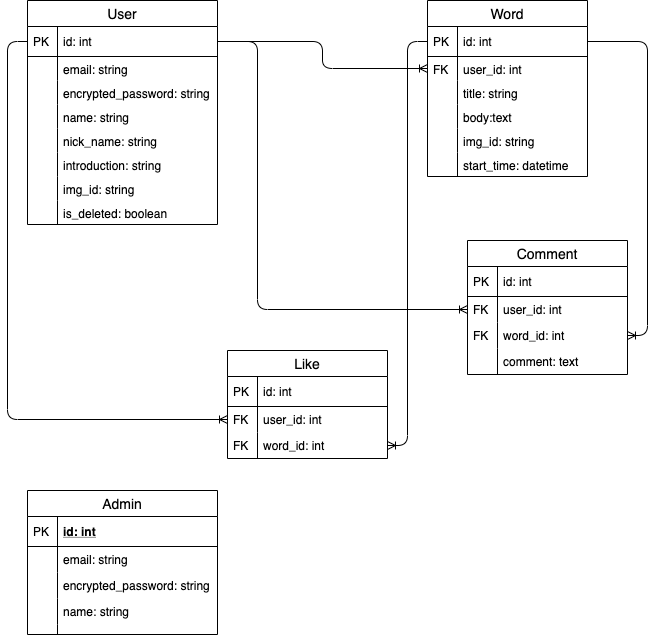
Before: design/er.drawio.png, a diagram exported from draw.io (shinogit/one_word_diary). Source tidied: cells renumbered, new cells last; positions are measured from the earlier drawing's top-left corner, leaving out a move shared by most shapes.
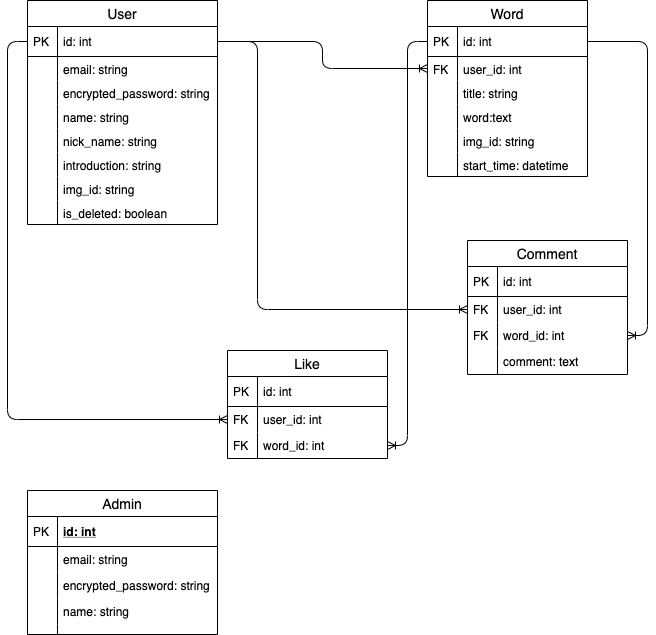
After the commit.

Commit message:
[Fix]Wordモデルを編集

Change to the diagram source:
```diff
@@ -59,7 +59,7 @@
     <mxCell id="20" style="shape=partialRectangle;top=0;left=0;bottom=0;fillColor=none;align=left;verticalAlign=top;spacingLeft=4;spacingRight=4;overflow=hidden;fontSize=12;" parent="19" vertex="1">
       <mxGeometry width="30" height="24" as="geometry" />
     </mxCell>
-    <mxCell id="21" value="body:text" style="shape=partialRectangle;top=0;left=0;right=0;bottom=0;align=left;verticalAlign=top;fillColor=none;spacingLeft=34;spacingRight=4;overflow=hidden;fontSize=12;strokeWidth=1;strokeColor=#FFFFFF;perimeterSpacing=0;" parent="14" vertex="1">
+    <mxCell id="21" value="word:text" style="shape=partialRectangle;top=0;left=0;right=0;bottom=0;align=left;verticalAlign=top;fillColor=none;spacingLeft=34;spacingRight=4;overflow=hidden;fontSize=12;strokeWidth=1;strokeColor=#FFFFFF;perimeterSpacing=0;" parent="14" vertex="1">
       <mxGeometry y="104" width="160" height="24" as="geometry" />
     </mxCell>
     <mxCell id="22" style="shape=partialRectangle;top=0;left=0;bottom=0;fillColor=none;align=left;verticalAlign=top;spacingLeft=4;spacingRight=4;overflow=hidden;fontSize=12;" parent="21" vertex="1">
```
